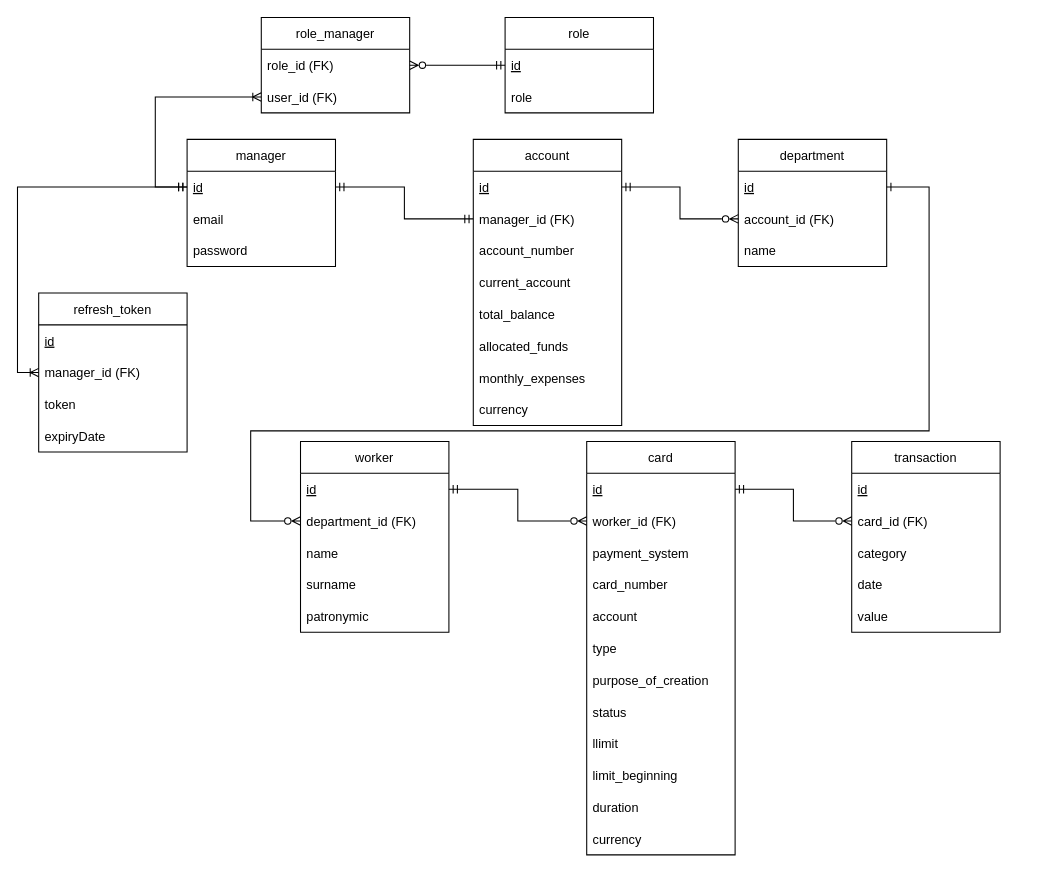
Before: xxxMyRemarks/db.drawio in Vova-oss/VTBhack, a draw.io diagram. Source tidied: cells renumbered, new cells numbered last; positions are measured from the earlier drawing's top-left corner, leaving out a move shared by most shapes. Both pictures are drawn from the tidied source at 106%, with x=0, y=0 at pixel (38, 17).
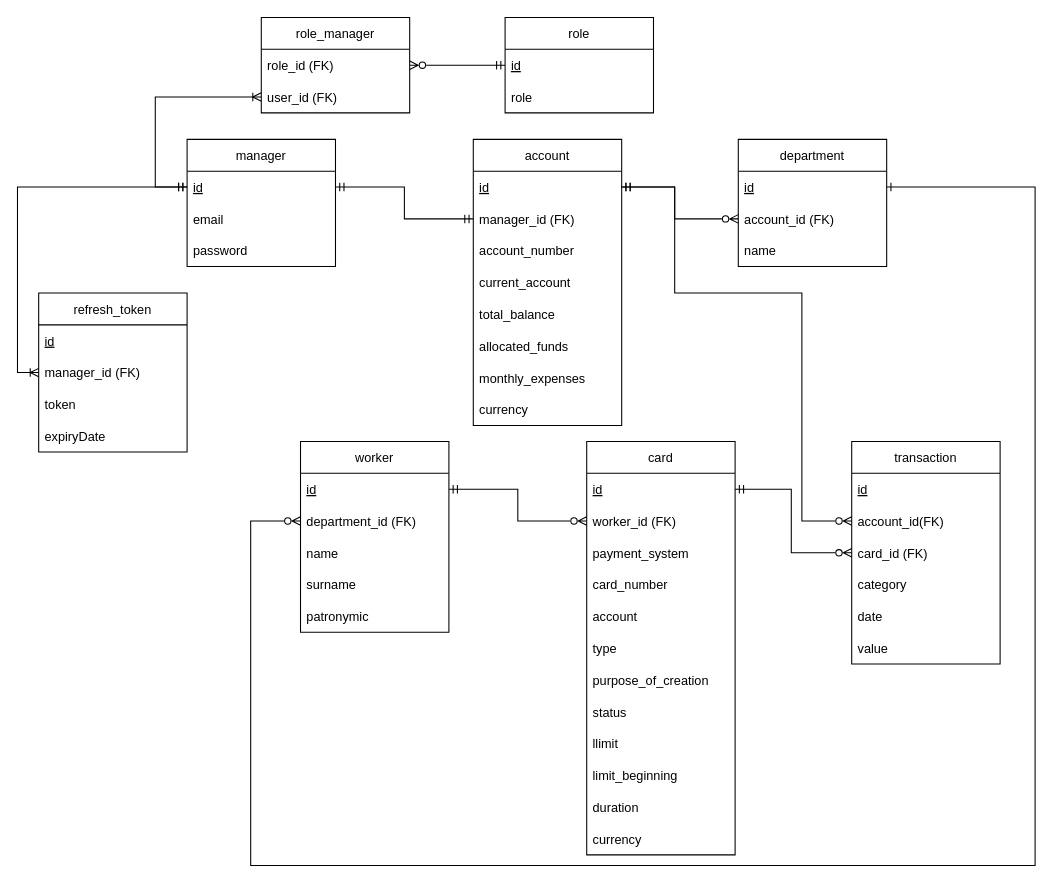
The same diagram, later.

Unchanged cells that the change refers to:
```xml
<mxCell id="10" value="id" style="text;strokeColor=none;fillColor=none;align=left;verticalAlign=middle;spacingLeft=4;spacingRight=4;overflow=hidden;points=[[0,0.5],[1,0.5]];portConstraint=eastwest;fontStyle=4;" parent="9" vertex="1">
  <mxGeometry y="30" width="140" height="30" as="geometry" />
</mxCell>
<mxCell id="23" value="id" style="text;strokeColor=none;fillColor=none;align=left;verticalAlign=middle;spacingLeft=4;spacingRight=4;overflow=hidden;points=[[0,0.5],[1,0.5]];portConstraint=eastwest;fontStyle=4;" parent="22" vertex="1">
  <mxGeometry y="30" width="140" height="30" as="geometry" />
</mxCell>
<mxCell id="24" value="account_id (FK)" style="text;strokeColor=none;fillColor=none;align=left;verticalAlign=middle;spacingLeft=4;spacingRight=4;overflow=hidden;points=[[0,0.5],[1,0.5]];portConstraint=eastwest;" parent="22" vertex="1">
  <mxGeometry y="60" width="140" height="30" as="geometry" />
</mxCell>
<mxCell id="28" value="department_id (FK)" style="text;strokeColor=none;fillColor=none;align=left;verticalAlign=middle;spacingLeft=4;spacingRight=4;overflow=hidden;points=[[0,0.5],[1,0.5]];portConstraint=eastwest;" parent="26" vertex="1">
  <mxGeometry y="60" width="140" height="30" as="geometry" />
</mxCell>
<mxCell id="39" value="id" style="text;strokeColor=none;fillColor=none;align=left;verticalAlign=middle;spacingLeft=4;spacingRight=4;overflow=hidden;points=[[0,0.5],[1,0.5]];portConstraint=eastwest;fontStyle=4;" parent="38" vertex="1">
  <mxGeometry y="30" width="140" height="30" as="geometry" />
</mxCell>
```

Change to the diagram source:
```diff
@@
     <mxCell id="32" value="transaction" style="swimlane;fontStyle=0;horizontal=1;startSize=30;" parent="1" vertex="1">
-      <mxGeometry x="767" y="400" width="140" height="180" as="geometry" />
+      <mxGeometry x="767" y="400" width="140" height="210" as="geometry" />
     </mxCell>
@@
+    <mxCell id="63" value="account_id(FK)" style="text;strokeColor=none;fillColor=none;align=left;verticalAlign=middle;spacingLeft=4;spacingRight=4;overflow=hidden;points=[[0,0.5],[1,0.5]];portConstraint=eastwest;" parent="32" vertex="1">
+      <mxGeometry y="60" width="140" height="30" as="geometry" />
+    </mxCell>
     <mxCell id="34" value="card_id (FK)" style="text;strokeColor=none;fillColor=none;align=left;verticalAlign=middle;spacingLeft=4;spacingRight=4;overflow=hidden;points=[[0,0.5],[1,0.5]];portConstraint=eastwest;" parent="32" vertex="1">
-      <mxGeometry y="60" width="140" height="30" as="geometry" />
+      <mxGeometry y="90" width="140" height="30" as="geometry" />
     </mxCell>
     <mxCell id="35" value="category" style="text;strokeColor=none;fillColor=none;align=left;verticalAlign=middle;spacingLeft=4;spacingRight=4;overflow=hidden;" parent="32" vertex="1">
-      <mxGeometry y="90" width="140" height="30" as="geometry" />
+      <mxGeometry y="120" width="140" height="30" as="geometry" />
     </mxCell>
     <mxCell id="36" value="date" style="text;strokeColor=none;fillColor=none;align=left;verticalAlign=middle;spacingLeft=4;spacingRight=4;overflow=hidden;" parent="32" vertex="1">
-      <mxGeometry y="120" width="140" height="30" as="geometry" />
+      <mxGeometry y="150" width="140" height="30" as="geometry" />
     </mxCell>
     <mxCell id="37" value="value" style="text;strokeColor=none;fillColor=none;align=left;verticalAlign=middle;spacingLeft=4;spacingRight=4;overflow=hidden;" parent="32" vertex="1">
-      <mxGeometry y="150" width="140" height="30" as="geometry" />
+      <mxGeometry y="180" width="140" height="30" as="geometry" />
     </mxCell>
@@
     <mxCell id="47" style="edgeStyle=orthogonalEdgeStyle;rounded=0;jettySize=auto;html=1;startArrow=ERmandOne;startFill=0;endArrow=ERzeroToMany;endFill=0;exitX=1;exitY=0.5;exitDx=0;exitDy=0;" parent="1" edge="1" source="39" target="24">
-      <mxGeometry relative="1" as="geometry" />
+      <mxGeometry relative="1" as="geometry">
+        <Array as="points">
+          <mxPoint x="600" y="160" />
+          <mxPoint x="600" y="190" />
+        </Array>
+      </mxGeometry>
     </mxCell>
     <mxCell id="48" style="edgeStyle=orthogonalEdgeStyle;rounded=0;jettySize=auto;html=1;entryX=0;entryY=0.5;entryDx=0;entryDy=0;startArrow=ERone;startFill=0;endArrow=ERzeroToMany;endFill=0;exitX=1;exitY=0.5;exitDx=0;exitDy=0;" parent="1" edge="1" source="23" target="28">
       <mxGeometry relative="1" as="geometry">
         <Array as="points">
-          <mxPoint x="840" y="160" />
-          <mxPoint x="840" y="390" />
-          <mxPoint x="200" y="390" />
+          <mxPoint x="940" y="160" />
+          <mxPoint x="940" y="800" />
+          <mxPoint x="200" y="800" />
           <mxPoint x="200" y="475" />
         </Array>
       </mxGeometry>
     </mxCell>
@@
     <mxCell id="50" style="edgeStyle=orthogonalEdgeStyle;rounded=0;jettySize=auto;html=1;startArrow=ERmandOne;startFill=0;endArrow=ERzeroToMany;endFill=0;entryX=0;entryY=0.5;entryDx=0;entryDy=0;exitX=1;exitY=0.5;exitDx=0;exitDy=0;" parent="1" edge="1" source="10" target="34">
-      <mxGeometry relative="1" as="geometry" />
+      <mxGeometry relative="1" as="geometry">
+        <Array as="points">
+          <mxPoint x="710" y="445" />
+          <mxPoint x="710" y="505" />
+        </Array>
+      </mxGeometry>
     </mxCell>
@@
+    <mxCell id="64" style="edgeStyle=orthogonalEdgeStyle;rounded=0;jettySize=auto;html=1;entryX=0;entryY=0.5;entryDx=0;entryDy=0;exitX=1;exitY=0.5;exitDx=0;exitDy=0;endArrow=ERzeroToMany;endFill=0;startArrow=ERmandOne;startFill=0;" parent="1" edge="1" source="39" target="63">
+      <mxGeometry relative="1" as="geometry">
+        <Array as="points">
+          <mxPoint x="600" y="160" />
+          <mxPoint x="600" y="260" />
+          <mxPoint x="720" y="260" />
+          <mxPoint x="720" y="475" />
+        </Array>
+      </mxGeometry>
+    </mxCell>
```
